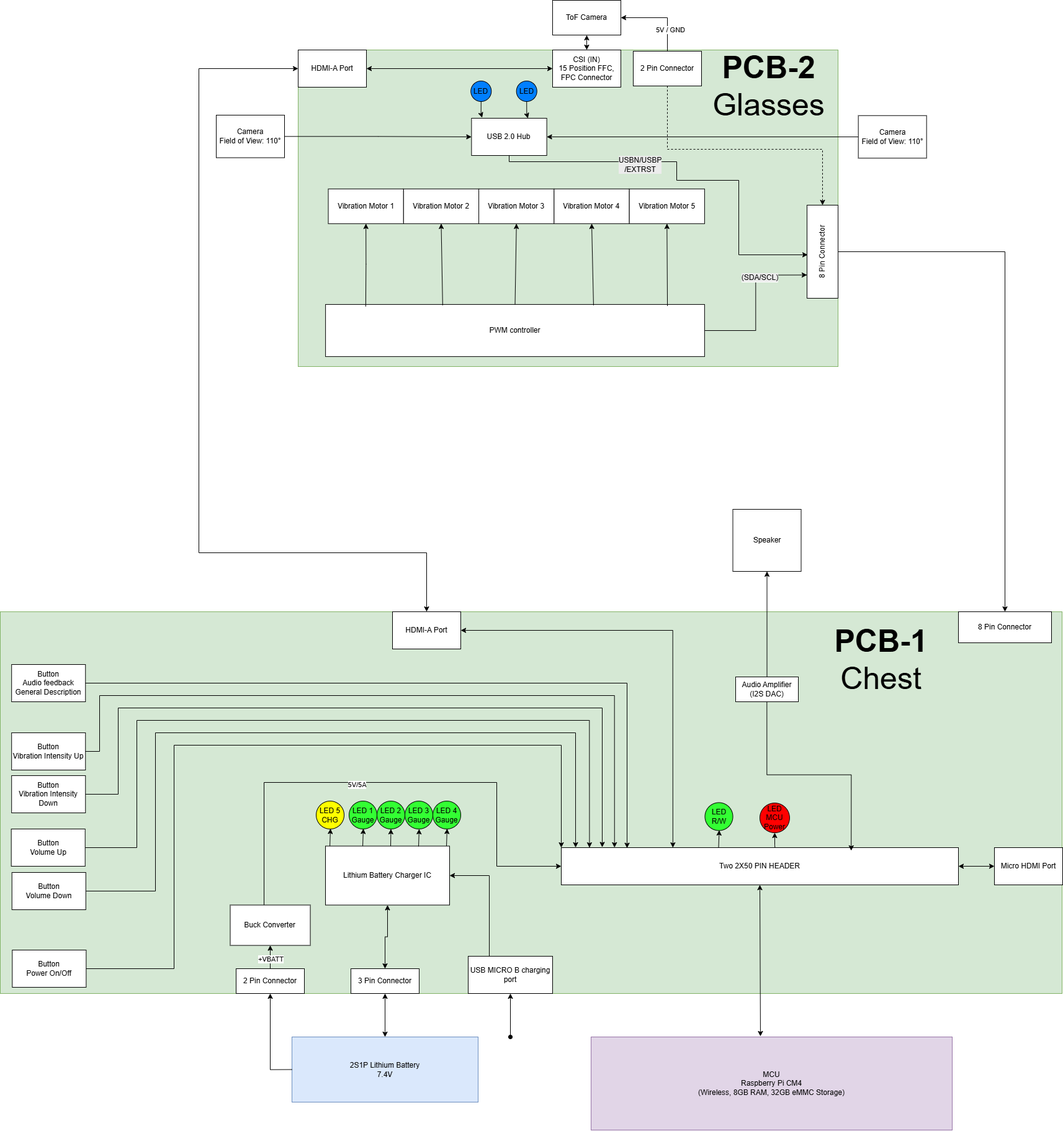
This is Schematic_BOM_BlockDiagram/V6 System Block Diagram COEN 490 - Revised.drawio.png from heyitsarthur/COEN490, a draw.io export, as it was before one commit. Source tidied: cells renumbered, new cells last; positions are measured from the earlier drawing's top-left corner, leaving out a move shared by most shapes.
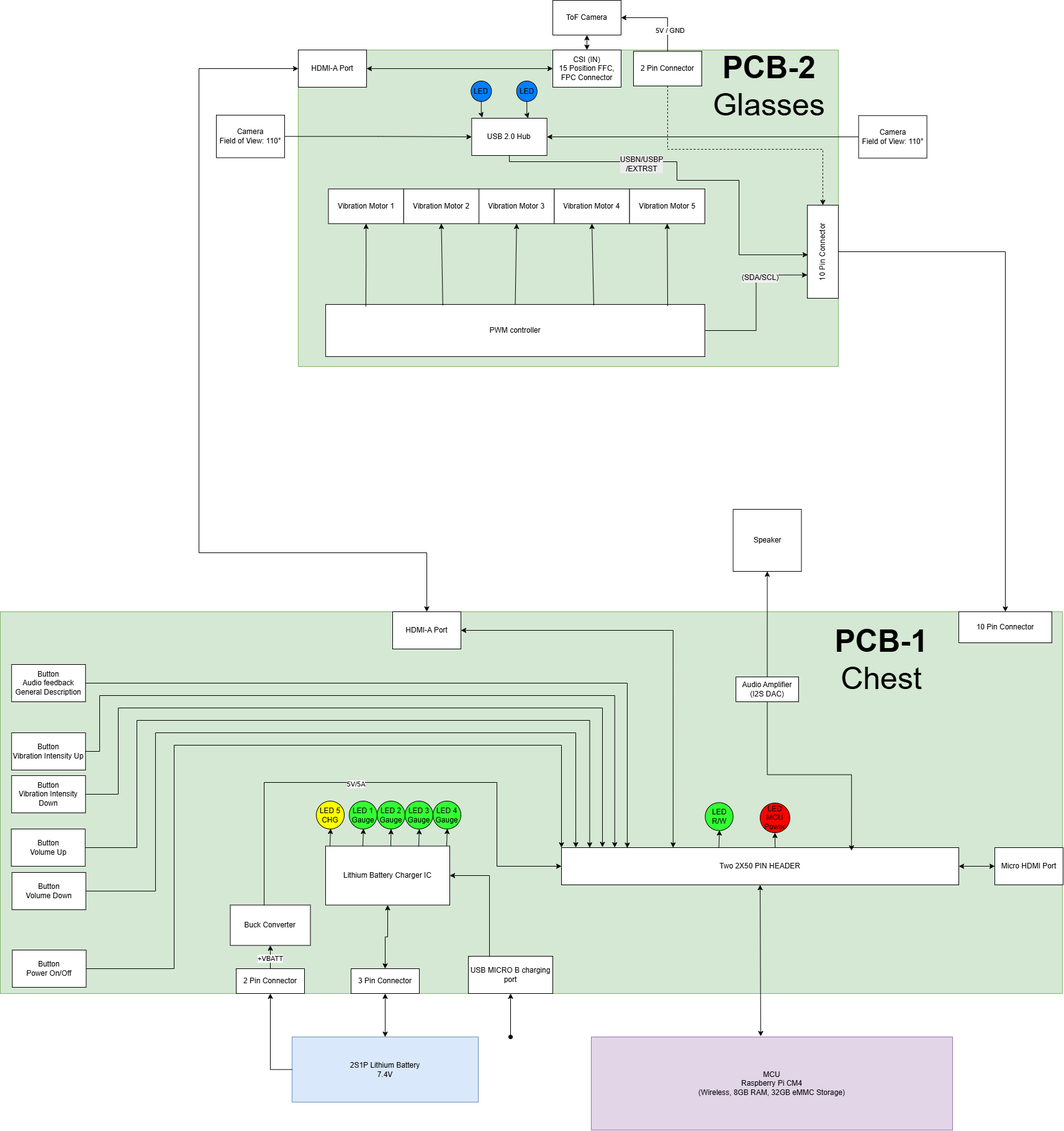
After the change.

Commit message:
Updated Block diagram

Change to the diagram source:
```diff
@@ -141,7 +141,7 @@
     <mxCell id="42" value="&lt;font style=&quot;font-size: 50px;&quot;&gt;&lt;b style=&quot;&quot;&gt;PCB-2&lt;/b&gt;&lt;/font&gt;&lt;div&gt;&lt;font style=&quot;font-size: 50px;&quot;&gt;Glasses&lt;/font&gt;&lt;/div&gt;" style="text;html=1;whiteSpace=wrap;strokeColor=none;fillColor=none;align=center;verticalAlign=middle;rounded=0;" parent="21" vertex="1">
       <mxGeometry x="647" y="2" width="223" height="112" as="geometry" />
     </mxCell>
-    <mxCell id="43" value="8 Pin Connector" style="rounded=0;whiteSpace=wrap;html=1;rotation=-90;" parent="21" vertex="1">
+    <mxCell id="43" value="10 Pin Connector" style="rounded=0;whiteSpace=wrap;html=1;rotation=-90;" parent="21" vertex="1">
       <mxGeometry x="770" y="300" width="150" height="50" as="geometry" />
     </mxCell>
     <mxCell id="44" style="edgeStyle=orthogonalEdgeStyle;rounded=0;jettySize=auto;html=1;entryX=0.25;entryY=0;entryDx=0;entryDy=0;" parent="21" edge="1" source="29" target="43">
@@ -200,7 +200,7 @@
     <mxCell id="60" value="Speaker" style="rounded=0;whiteSpace=wrap;html=1;" parent="1" vertex="1">
       <mxGeometry x="1180.5" y="820" width="110" height="100" as="geometry" />
     </mxCell>
-    <mxCell id="61" value="8 Pin Connector" style="rounded=0;whiteSpace=wrap;html=1;" parent="1" vertex="1">
+    <mxCell id="61" value="10 Pin Connector" style="rounded=0;whiteSpace=wrap;html=1;" parent="1" vertex="1">
       <mxGeometry x="1544" y="985" width="150" height="50" as="geometry" />
     </mxCell>
     <mxCell id="62" value="&lt;font style=&quot;font-size: 50px;&quot;&gt;&lt;b style=&quot;&quot;&gt;PCB-1&lt;/b&gt;&lt;/font&gt;&lt;div&gt;&lt;font style=&quot;font-size: 50px;&quot;&gt;Chest&lt;/font&gt;&lt;/div&gt;" style="text;html=1;whiteSpace=wrap;strokeColor=none;fillColor=none;align=center;verticalAlign=middle;rounded=0;" parent="1" vertex="1">
```
